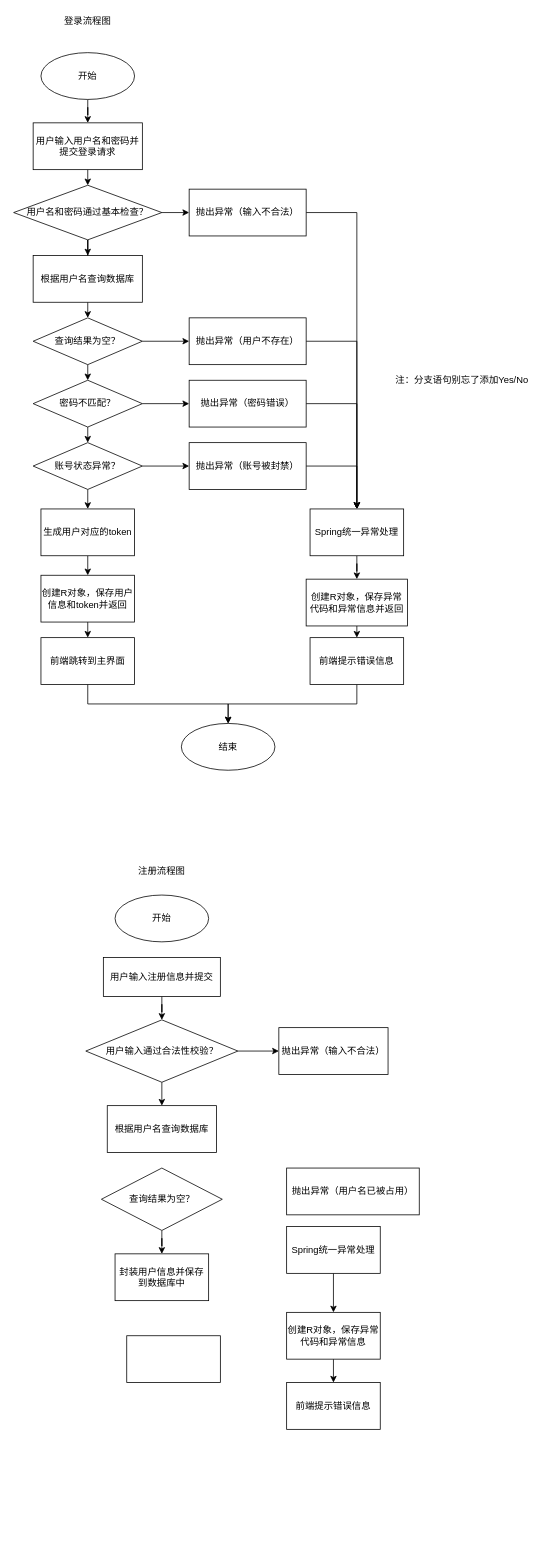
Before: page "登录模块" (1 of 2) of 校园信息发布平台流程图.drawio in zzsbz/infodeli_drawio, a draw.io diagram. Source tidied: cells renumbered, new cells numbered last; positions are measured from the earlier drawing's top-left corner, leaving out a move shared by most shapes. Both pictures are drawn from the tidied source at 78%, with x=0, y=0 at pixel (13, 13).
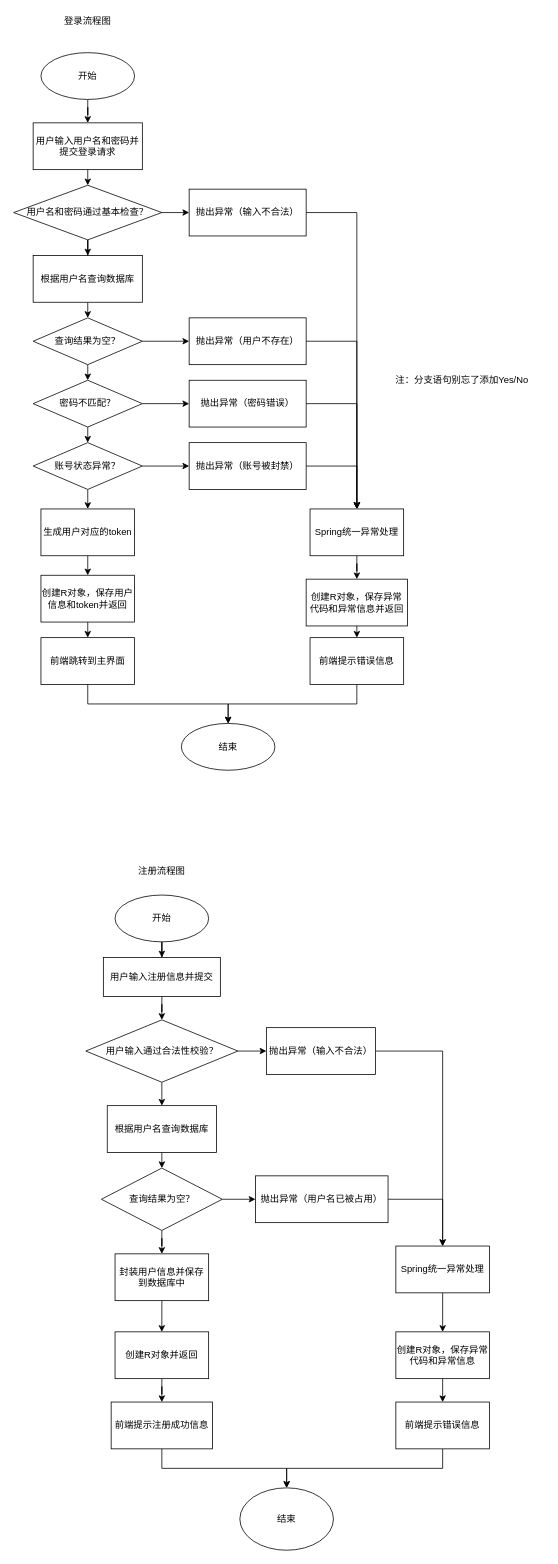
The same page after the edit.

The change refers to these unchanged cells:
```xml
<mxCell id="43" value="开始" style="ellipse;whiteSpace=wrap;html=1;" parent="1" vertex="1">
  <mxGeometry x="130" y="1130" width="120" height="60" as="geometry" />
</mxCell>
<mxCell id="45" value="用户输入注册信息并提交" style="rounded=0;whiteSpace=wrap;html=1;" parent="1" vertex="1">
  <mxGeometry x="115" y="1210" width="150" height="50" as="geometry" />
</mxCell>
<mxCell id="46" value="根据用户名查询数据库" style="rounded=0;whiteSpace=wrap;html=1;" parent="1" vertex="1">
  <mxGeometry x="120" y="1400" width="140" height="60" as="geometry" />
</mxCell>
<mxCell id="58" value="查询结果为空？" style="rhombus;whiteSpace=wrap;html=1;" parent="1" vertex="1">
  <mxGeometry x="112.5" y="1480" width="155" height="80" as="geometry" />
</mxCell>
<mxCell id="60" value="封装用户信息并保存到数据库中" style="rounded=0;whiteSpace=wrap;html=1;" parent="1" vertex="1">
  <mxGeometry x="130" y="1590" width="120" height="60" as="geometry" />
</mxCell>
```

The edit, as a diff of the source:
```diff
@@
+    <mxCell id="62" style="edgeStyle=orthogonalEdgeStyle;rounded=0;jettySize=auto;html=1;exitX=0.5;exitY=1;exitDx=0;exitDy=0;" parent="1" edge="1" source="43" target="45">
+      <mxGeometry relative="1" as="geometry" />
+    </mxCell>
@@
+    <mxCell id="63" style="edgeStyle=orthogonalEdgeStyle;rounded=0;jettySize=auto;html=1;exitX=0.5;exitY=1;exitDx=0;exitDy=0;entryX=0.5;entryY=0;entryDx=0;entryDy=0;" parent="1" edge="1" source="46" target="58">
+      <mxGeometry relative="1" as="geometry" />
+    </mxCell>
@@
     <mxCell id="52" value="Spring统一异常处理" style="rounded=0;whiteSpace=wrap;html=1;" parent="1" vertex="1">
-      <mxGeometry x="350" y="1555" width="120" height="60" as="geometry" />
+      <mxGeometry x="490" y="1580" width="120" height="60" as="geometry" />
     </mxCell>
@@
     <mxCell id="54" value="创建R对象，保存异常代码和异常信息" style="rounded=0;whiteSpace=wrap;html=1;" parent="1" vertex="1">
-      <mxGeometry x="350" y="1665" width="120" height="60" as="geometry" />
+      <mxGeometry x="490" y="1690" width="120" height="60" as="geometry" />
     </mxCell>
+    <mxCell id="64" style="edgeStyle=orthogonalEdgeStyle;rounded=0;jettySize=auto;html=1;entryX=0.5;entryY=0;entryDx=0;entryDy=0;exitX=0.5;exitY=1;exitDx=0;exitDy=0;" parent="1" edge="1" source="55" target="72">
+      <mxGeometry relative="1" as="geometry" />
+    </mxCell>
     <mxCell id="55" value="前端提示错误信息" style="rounded=0;whiteSpace=wrap;html=1;" parent="1" vertex="1">
-      <mxGeometry x="350" y="1755" width="120" height="60" as="geometry" />
+      <mxGeometry x="490" y="1780" width="120" height="60" as="geometry" />
     </mxCell>
+    <mxCell id="65" style="edgeStyle=orthogonalEdgeStyle;rounded=0;jettySize=auto;html=1;exitX=1;exitY=0.5;exitDx=0;exitDy=0;" parent="1" edge="1" source="56" target="52">
+      <mxGeometry relative="1" as="geometry" />
+    </mxCell>
     <mxCell id="56" value="抛出异常（输入不合法）" style="rounded=0;whiteSpace=wrap;html=1;" parent="1" vertex="1">
-      <mxGeometry x="340" y="1300" width="140" height="60" as="geometry" />
+      <mxGeometry x="324" y="1300" width="140" height="60" as="geometry" />
     </mxCell>
@@
+    <mxCell id="66" style="edgeStyle=orthogonalEdgeStyle;rounded=0;jettySize=auto;html=1;exitX=1;exitY=0.5;exitDx=0;exitDy=0;entryX=0;entryY=0.5;entryDx=0;entryDy=0;" parent="1" edge="1" source="58" target="59">
+      <mxGeometry relative="1" as="geometry" />
+    </mxCell>
@@
+    <mxCell id="67" style="edgeStyle=orthogonalEdgeStyle;rounded=0;jettySize=auto;html=1;exitX=1;exitY=0.5;exitDx=0;exitDy=0;" parent="1" edge="1" source="59" target="52">
+      <mxGeometry relative="1" as="geometry" />
+    </mxCell>
     <mxCell id="59" value="抛出异常（用户名已被占用）" style="rounded=0;whiteSpace=wrap;html=1;" parent="1" vertex="1">
-      <mxGeometry x="350" y="1480" width="170" height="60" as="geometry" />
+      <mxGeometry x="310" y="1490" width="170" height="60" as="geometry" />
     </mxCell>
+    <mxCell id="68" style="edgeStyle=orthogonalEdgeStyle;rounded=0;jettySize=auto;html=1;exitX=0.5;exitY=1;exitDx=0;exitDy=0;entryX=0.5;entryY=0;entryDx=0;entryDy=0;" parent="1" edge="1" source="60" target="61">
+      <mxGeometry relative="1" as="geometry" />
+    </mxCell>
@@
+    <mxCell id="69" style="edgeStyle=orthogonalEdgeStyle;rounded=0;jettySize=auto;html=1;exitX=0.5;exitY=1;exitDx=0;exitDy=0;" parent="1" edge="1" source="61" target="71">
+      <mxGeometry relative="1" as="geometry" />
+    </mxCell>
-    <mxCell id="61" style="rounded=0;whiteSpace=wrap;html=1;" parent="1" vertex="1">
-      <mxGeometry x="145" y="1695" width="120" height="60" as="geometry" />
+    <mxCell id="61" value="创建R对象并返回" style="rounded=0;whiteSpace=wrap;html=1;" parent="1" vertex="1">
+      <mxGeometry x="130" y="1690" width="120" height="60" as="geometry" />
     </mxCell>
+    <mxCell id="70" style="edgeStyle=orthogonalEdgeStyle;rounded=0;jettySize=auto;html=1;exitX=0.5;exitY=1;exitDx=0;exitDy=0;entryX=0.5;entryY=0;entryDx=0;entryDy=0;" parent="1" edge="1" source="71" target="72">
+      <mxGeometry relative="1" as="geometry" />
+    </mxCell>
+    <mxCell id="71" value="前端提示注册成功信息" style="rounded=0;whiteSpace=wrap;html=1;" parent="1" vertex="1">
+      <mxGeometry x="125" y="1780" width="130" height="60" as="geometry" />
+    </mxCell>
+    <mxCell id="72" value="结束" style="ellipse;whiteSpace=wrap;html=1;" parent="1" vertex="1">
+      <mxGeometry x="290" y="1890" width="120" height="80" as="geometry" />
+    </mxCell>
```
